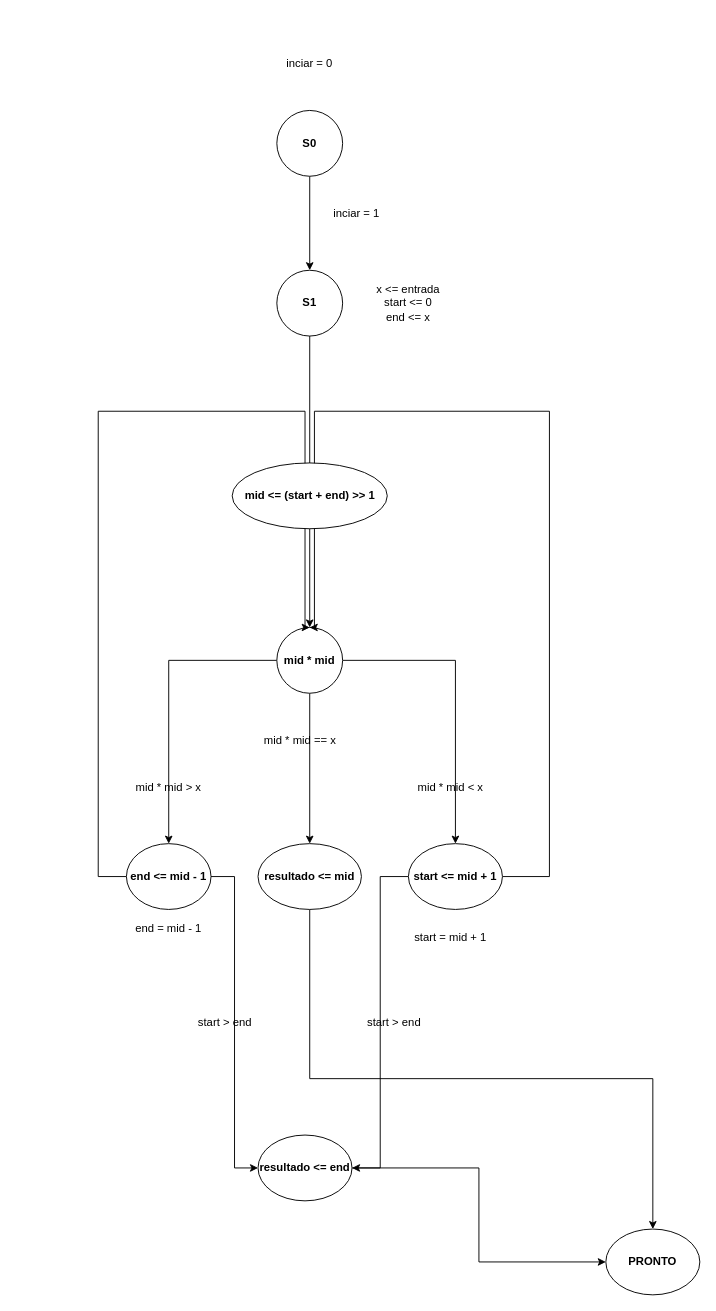
Before: FSM.drawio in LeoGCRocha/sqrt-vhdl, a draw.io diagram. Source tidied: cells renumbered, new cells numbered last; positions are measured from the earlier drawing's top-left corner, leaving out a move shared by most shapes. Both pictures are drawn from the tidied source at 94%, with x=0, y=0 at pixel (98, 54).
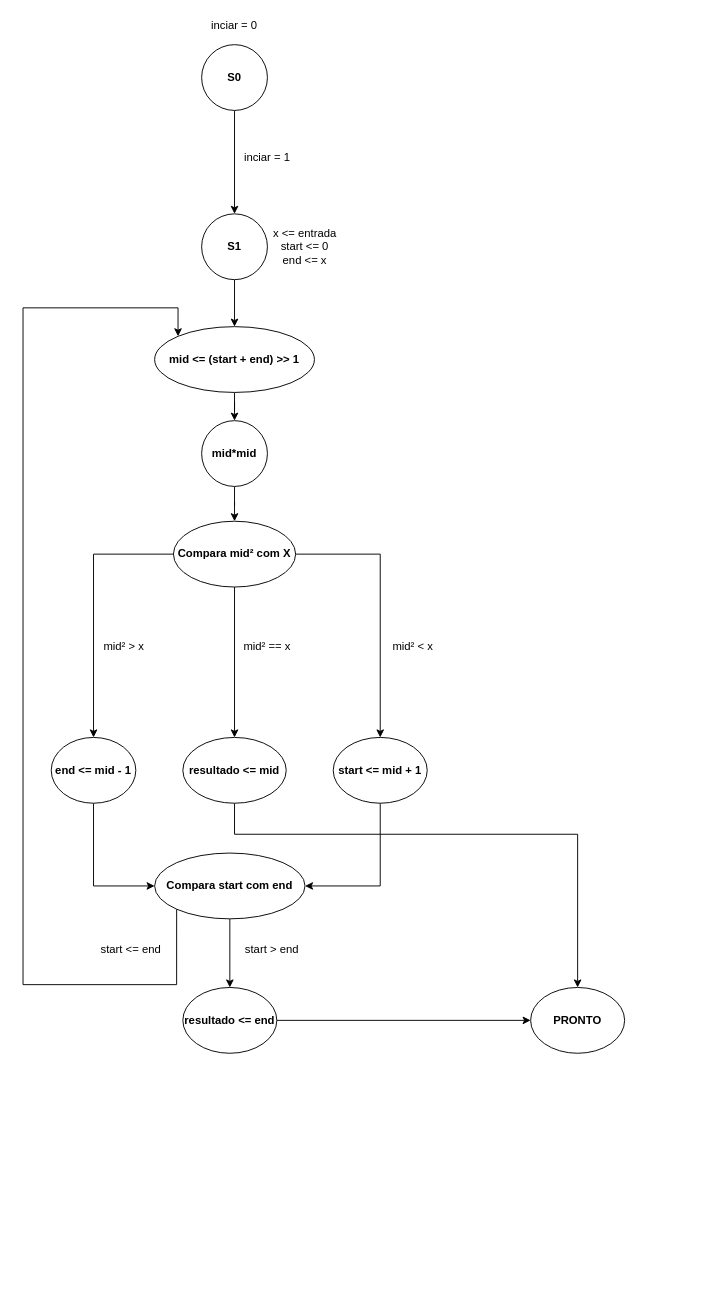
Above is the later version.

Commit message (it also covers changes not shown here):
corrected Diagrams of BO and FSM 	new file:   Diagram - BO v2.png 	new file:   Diagram - BO v3.png 	modified:   FSM.drawio 	new file:   FSM.png

Change to the diagram source:
```diff
@@
     <mxCell id="3" value="&lt;b&gt;S0&lt;/b&gt;" style="ellipse;whiteSpace=wrap;html=1;" parent="1" vertex="1">
-      <mxGeometry x="190" y="60" width="70" height="70" as="geometry" />
+      <mxGeometry x="110" y="-10" width="70" height="70" as="geometry" />
     </mxCell>
-    <mxCell id="4" style="edgeStyle=orthogonalEdgeStyle;rounded=0;jettySize=auto;html=1;entryX=0.5;entryY=0;entryDx=0;entryDy=0;" parent="1" edge="1" source="5" target="9">
+    <mxCell id="4" style="edgeStyle=orthogonalEdgeStyle;rounded=0;jettySize=auto;html=1;entryX=0.5;entryY=0;entryDx=0;entryDy=0;" parent="1" edge="1" source="5" target="28">
       <mxGeometry relative="1" as="geometry" />
     </mxCell>
     <mxCell id="5" value="&lt;b&gt;S1&lt;/b&gt;" style="ellipse;whiteSpace=wrap;html=1;" parent="1" vertex="1">
-      <mxGeometry x="190" y="230" width="70" height="70" as="geometry" />
+      <mxGeometry x="110" y="170" width="70" height="70" as="geometry" />
     </mxCell>
@@
-    <mxCell id="9" value="&lt;b&gt;mid * mid&lt;/b&gt;" style="ellipse;whiteSpace=wrap;html=1;" parent="1" vertex="1">
-      <mxGeometry x="190" y="610" width="70" height="70" as="geometry" />
+    <mxCell id="9" value="&lt;b&gt;Compara mid² com X&lt;/b&gt;" style="ellipse;whiteSpace=wrap;html=1;" parent="1" vertex="1">
+      <mxGeometry x="80" y="497" width="130" height="70" as="geometry" />
     </mxCell>
-    <mxCell id="10" style="edgeStyle=orthogonalEdgeStyle;rounded=0;jettySize=auto;html=1;entryX=0.5;entryY=0;entryDx=0;entryDy=0;" parent="1" edge="1" source="12" target="9">
-      <mxGeometry relative="1" as="geometry">
-        <Array as="points">
-          <mxPoint x="480" y="875" />
-          <mxPoint x="480" y="380" />
-          <mxPoint x="230" y="380" />
-          <mxPoint x="230" y="610" />
-        </Array>
-      </mxGeometry>
-    </mxCell>
-    <mxCell id="11" style="edgeStyle=orthogonalEdgeStyle;rounded=0;jettySize=auto;html=1;entryX=1;entryY=0.5;entryDx=0;entryDy=0;" parent="1" edge="1" source="12" target="19">
+    <mxCell id="11" style="edgeStyle=orthogonalEdgeStyle;rounded=0;jettySize=auto;html=1;entryX=1;entryY=0.5;entryDx=0;entryDy=0;exitX=0.5;exitY=1;exitDx=0;exitDy=0;" parent="1" edge="1" source="12" target="19">
       <mxGeometry relative="1" as="geometry" />
     </mxCell>
     <mxCell id="12" value="&lt;b&gt;start &amp;lt;= mid + 1&lt;/b&gt;" style="ellipse;whiteSpace=wrap;html=1;" parent="1" vertex="1">
-      <mxGeometry x="330" y="840" width="100" height="70" as="geometry" />
+      <mxGeometry x="250" y="727" width="100" height="70" as="geometry" />
     </mxCell>
     <mxCell id="13" style="edgeStyle=orthogonalEdgeStyle;rounded=0;jettySize=auto;html=1;entryX=0.5;entryY=0;entryDx=0;entryDy=0;" parent="1" edge="1" source="14" target="31">
       <mxGeometry relative="1" as="geometry">
         <Array as="points">
-          <mxPoint x="225" y="1090" />
-          <mxPoint x="590" y="1090" />
+          <mxPoint x="145" y="830" />
+          <mxPoint x="510" y="830" />
         </Array>
       </mxGeometry>
     </mxCell>
     <mxCell id="14" value="&lt;b&gt;resultado &amp;lt;= mid&lt;/b&gt;" style="ellipse;whiteSpace=wrap;html=1;" parent="1" vertex="1">
-      <mxGeometry x="170" y="840" width="110" height="70" as="geometry" />
+      <mxGeometry x="90" y="727" width="110" height="70" as="geometry" />
     </mxCell>
-    <mxCell id="15" style="edgeStyle=orthogonalEdgeStyle;rounded=0;jettySize=auto;html=1;entryX=0.5;entryY=0;entryDx=0;entryDy=0;" parent="1" edge="1" source="17" target="9">
+    <mxCell id="15" style="edgeStyle=orthogonalEdgeStyle;rounded=0;jettySize=auto;html=1;entryX=0;entryY=0;entryDx=0;entryDy=0;exitX=0;exitY=1;exitDx=0;exitDy=0;" parent="1" edge="1" source="19" target="28">
       <mxGeometry relative="1" as="geometry">
         <Array as="points">
-          <mxPoint y="875" />
-          <mxPoint y="380" />
-          <mxPoint x="220" y="380" />
-          <mxPoint x="220" y="610" />
+          <mxPoint x="83" y="990" />
+          <mxPoint x="-80" y="990" />
+          <mxPoint x="-80" y="270" />
+          <mxPoint x="85" y="270" />
         </Array>
       </mxGeometry>
     </mxCell>
-    <mxCell id="16" style="edgeStyle=orthogonalEdgeStyle;rounded=0;jettySize=auto;html=1;entryX=0;entryY=0.5;entryDx=0;entryDy=0;" parent="1" edge="1" source="17" target="19">
+    <mxCell id="16" style="edgeStyle=orthogonalEdgeStyle;rounded=0;jettySize=auto;html=1;entryX=0;entryY=0.5;entryDx=0;entryDy=0;exitX=0.5;exitY=1;exitDx=0;exitDy=0;" parent="1" edge="1" source="17" target="19">
       <mxGeometry relative="1" as="geometry" />
     </mxCell>
     <mxCell id="17" value="&lt;b&gt;end &amp;lt;= mid - 1&lt;/b&gt;" style="ellipse;whiteSpace=wrap;html=1;" parent="1" vertex="1">
-      <mxGeometry x="30" y="840" width="90" height="70" as="geometry" />
+      <mxGeometry x="-50" y="727" width="90" height="70" as="geometry" />
     </mxCell>
-    <mxCell id="18" style="edgeStyle=orthogonalEdgeStyle;rounded=0;jettySize=auto;html=1;entryX=0;entryY=0.5;entryDx=0;entryDy=0;" parent="1" edge="1" source="19" target="31">
+    <mxCell id="18" style="edgeStyle=orthogonalEdgeStyle;rounded=0;jettySize=auto;html=1;entryX=0;entryY=0.5;entryDx=0;entryDy=0;exitX=1;exitY=0.5;exitDx=0;exitDy=0;" parent="1" edge="1" source="36" target="31">
       <mxGeometry relative="1" as="geometry" />
     </mxCell>
+    <mxCell id="32" style="edgeStyle=orthogonalEdgeStyle;rounded=0;jettySize=auto;html=1;entryX=0.5;entryY=0;entryDx=0;entryDy=0;exitX=0.5;exitY=1;exitDx=0;exitDy=0;" parent="1" edge="1" source="19" target="36">
+      <mxGeometry relative="1" as="geometry" />
+    </mxCell>
-    <mxCell id="19" value="&lt;b&gt;resultado &amp;lt;= end&lt;/b&gt;" style="ellipse;whiteSpace=wrap;html=1;" parent="1" vertex="1">
-      <mxGeometry x="170" y="1150" width="100" height="70" as="geometry" />
+    <mxCell id="19" value="&lt;b&gt;Compara start com end&lt;/b&gt;" style="ellipse;whiteSpace=wrap;html=1;" parent="1" vertex="1">
+      <mxGeometry x="60" y="850" width="160" height="70" as="geometry" />
     </mxCell>
     <mxCell id="20" value="inciar = 1" style="text;html=1;strokeColor=none;fillColor=none;align=center;verticalAlign=middle;whiteSpace=wrap;rounded=0;" parent="1" vertex="1">
-      <mxGeometry x="230" y="160" width="90" height="20" as="geometry" />
+      <mxGeometry x="150" y="100" width="60" height="20" as="geometry" />
     </mxCell>
     <mxCell id="21" value="inciar = 0" style="text;html=1;strokeColor=none;fillColor=none;align=center;verticalAlign=middle;whiteSpace=wrap;rounded=0;" parent="1" vertex="1">
-      <mxGeometry x="180" width="90" height="20" as="geometry" />
+      <mxGeometry x="100" y="-40" width="90" height="20" as="geometry" />
     </mxCell>
     <mxCell id="22" value="x &amp;lt;= entrada&lt;br&gt;start &amp;lt;=&amp;nbsp;0&lt;br&gt;end &amp;lt;=&amp;nbsp;x" style="text;html=1;strokeColor=none;fillColor=none;align=center;verticalAlign=middle;whiteSpace=wrap;rounded=0;" parent="1" vertex="1">
-      <mxGeometry x="260" y="230" width="140" height="70" as="geometry" />
+      <mxGeometry x="180" y="170" width="80" height="70" as="geometry" />
     </mxCell>
-    <mxCell id="23" value="mid * mid &amp;gt; x" style="text;html=1;strokeColor=none;fillColor=none;align=center;verticalAlign=middle;whiteSpace=wrap;rounded=0;" parent="1" vertex="1">
-      <mxGeometry x="10" y="770" width="130" height="20" as="geometry" />
+    <mxCell id="23" value="mid² &amp;gt; x" style="text;html=1;strokeColor=none;fillColor=none;align=center;verticalAlign=middle;whiteSpace=wrap;rounded=0;" parent="1" vertex="1">
+      <mxGeometry x="-5" y="620" width="65" height="20" as="geometry" />
     </mxCell>
-    <mxCell id="24" value="mid * mid &amp;lt; x" style="text;html=1;strokeColor=none;fillColor=none;align=center;verticalAlign=middle;whiteSpace=wrap;rounded=0;" parent="1" vertex="1">
-      <mxGeometry x="310" y="770" width="130" height="20" as="geometry" />
+    <mxCell id="24" value="mid²&amp;nbsp;&amp;lt; x" style="text;html=1;strokeColor=none;fillColor=none;align=center;verticalAlign=middle;whiteSpace=wrap;rounded=0;" parent="1" vertex="1">
+      <mxGeometry x="310" y="620" width="50" height="20" as="geometry" />
     </mxCell>
-    <mxCell id="25" value="mid * mid == x" style="text;html=1;strokeColor=none;fillColor=none;align=center;verticalAlign=middle;whiteSpace=wrap;rounded=0;" parent="1" vertex="1">
-      <mxGeometry x="150" y="720" width="130" height="20" as="geometry" />
+    <mxCell id="25" value="mid²&amp;nbsp;== x" style="text;html=1;strokeColor=none;fillColor=none;align=center;verticalAlign=middle;whiteSpace=wrap;rounded=0;" parent="1" vertex="1">
+      <mxGeometry x="150" y="620" width="60" height="20" as="geometry" />
     </mxCell>
-    <mxCell id="26" value="end = mid - 1" style="text;html=1;strokeColor=none;fillColor=none;align=center;verticalAlign=middle;whiteSpace=wrap;rounded=0;" parent="1" vertex="1">
-      <mxGeometry x="10" y="920" width="130" height="20" as="geometry" />
-    </mxCell>
-    <mxCell id="27" value="start = mid + 1" style="text;html=1;strokeColor=none;fillColor=none;align=center;verticalAlign=middle;whiteSpace=wrap;rounded=0;" parent="1" vertex="1">
-      <mxGeometry x="310" y="930" width="130" height="20" as="geometry" />
-    </mxCell>
+    <mxCell id="33" style="edgeStyle=orthogonalEdgeStyle;rounded=0;jettySize=auto;html=1;entryX=0.5;entryY=0;entryDx=0;entryDy=0;" parent="1" edge="1" source="28" target="35">
+      <mxGeometry relative="1" as="geometry" />
+    </mxCell>
     <mxCell id="28" value="&lt;b&gt;mid &amp;lt;= (start + end) &amp;gt;&amp;gt; 1&lt;/b&gt;" style="ellipse;whiteSpace=wrap;html=1;" parent="1" vertex="1">
-      <mxGeometry x="142.5" y="435" width="165" height="70" as="geometry" />
+      <mxGeometry x="60" y="290" width="170" height="70" as="geometry" />
     </mxCell>
     <mxCell id="29" value="start &amp;gt; end" style="text;html=1;strokeColor=none;fillColor=none;align=center;verticalAlign=middle;whiteSpace=wrap;rounded=0;" parent="1" vertex="1">
-      <mxGeometry x="280" y="1020" width="70" height="20" as="geometry" />
+      <mxGeometry x="150" y="943" width="70" height="20" as="geometry" />
     </mxCell>
-    <mxCell id="30" value="start &amp;gt; end" style="text;html=1;strokeColor=none;fillColor=none;align=center;verticalAlign=middle;whiteSpace=wrap;rounded=0;" parent="1" vertex="1">
-      <mxGeometry x="100" y="1020" width="70" height="20" as="geometry" />
-    </mxCell>
     <mxCell id="31" value="&lt;b&gt;PRONTO&lt;/b&gt;" style="ellipse;whiteSpace=wrap;html=1;" parent="1" vertex="1">
-      <mxGeometry x="540" y="1250" width="100" height="70" as="geometry" />
+      <mxGeometry x="460" y="993" width="100" height="70" as="geometry" />
     </mxCell>
+    <mxCell id="34" style="edgeStyle=orthogonalEdgeStyle;rounded=0;jettySize=auto;html=1;entryX=0.5;entryY=0;entryDx=0;entryDy=0;" parent="1" edge="1" source="35" target="9">
+      <mxGeometry relative="1" as="geometry" />
+    </mxCell>
+    <mxCell id="35" value="&lt;b&gt;mid*mid&lt;/b&gt;" style="ellipse;whiteSpace=wrap;html=1;" parent="1" vertex="1">
+      <mxGeometry x="110" y="390" width="70" height="70" as="geometry" />
+    </mxCell>
+    <mxCell id="36" value="&lt;b&gt;resultado &amp;lt;= end&lt;/b&gt;" style="ellipse;whiteSpace=wrap;html=1;" parent="1" vertex="1">
+      <mxGeometry x="90" y="993" width="100" height="70" as="geometry" />
+    </mxCell>
+    <mxCell id="37" value="start &amp;lt;= end" style="text;html=1;strokeColor=none;fillColor=none;align=center;verticalAlign=middle;whiteSpace=wrap;rounded=0;" parent="1" vertex="1">
+      <mxGeometry y="943" width="70" height="20" as="geometry" />
+    </mxCell>
```
